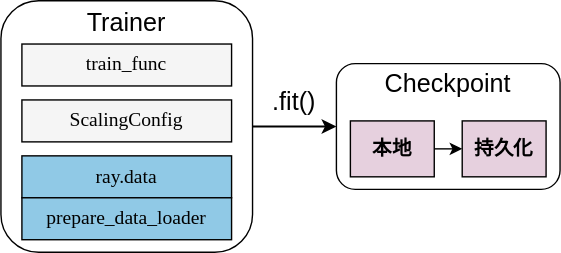
Before: img/ch-ray-train-tune/ray-train-key-parts.svg, a diagram exported from draw.io (godaai/scale-py-zh). Source tidied: cells renumbered, new cells last; positions are measured from the earlier drawing's top-left corner, leaving out a move shared by most shapes.
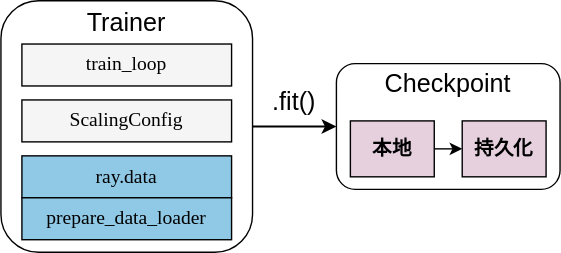
Later version of the same file.

Commit message:
train & tune

What changed in the source:
```diff
@@ -8,7 +8,7 @@
     <mxCell id="3" value="&lt;font style=&quot;font-size: 18px;&quot;&gt;Trainer&lt;/font&gt;" style="text;html=1;strokeColor=none;fillColor=none;align=center;verticalAlign=middle;whiteSpace=wrap;rounded=0;" parent="1" vertex="1">
       <mxGeometry x="60" y="1" width="60" height="30" as="geometry" />
     </mxCell>
-    <mxCell id="4" value="&lt;font style=&quot;font-size: 14px;&quot; face=&quot;Garamond&quot;&gt;train_func&lt;/font&gt;" style="rounded=0;whiteSpace=wrap;html=1;fillColor=#F5F5F5;" parent="1" vertex="1">
+    <mxCell id="4" value="&lt;font style=&quot;font-size: 14px;&quot; face=&quot;Garamond&quot;&gt;train_loop&lt;/font&gt;" style="rounded=0;whiteSpace=wrap;html=1;fillColor=#F5F5F5;" parent="1" vertex="1">
       <mxGeometry x="15" y="31" width="150" height="30" as="geometry" />
     </mxCell>
     <mxCell id="5" value="&lt;font face=&quot;Garamond&quot; style=&quot;font-size: 14px;&quot;&gt;ScalingConfig&lt;/font&gt;" style="rounded=0;whiteSpace=wrap;html=1;fillColor=#F5F5F5;" parent="1" vertex="1">
```
